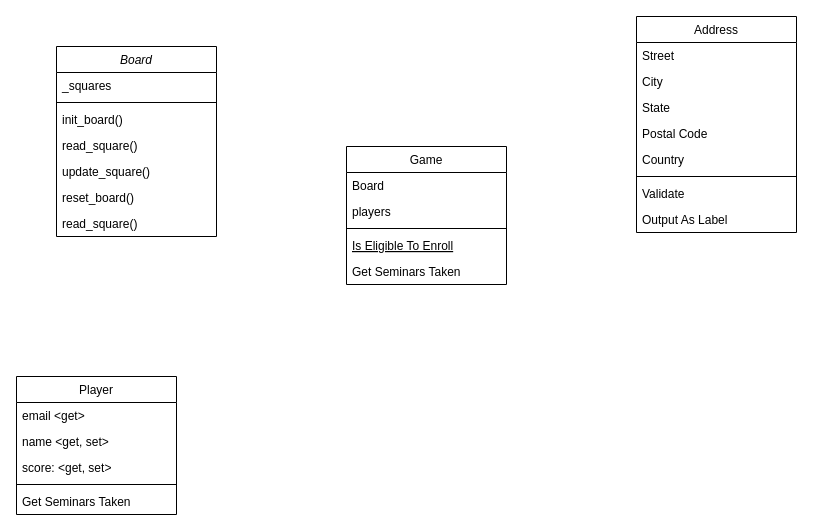
Before: design.drawio in imkhali/ChessGame, a draw.io diagram. Source tidied: cells renumbered, new cells numbered last; positions are measured from the earlier drawing's top-left corner, leaving out a move shared by most shapes. Both pictures are drawn from the tidied source at 100%, with x=0, y=0 at pixel (16, 16).
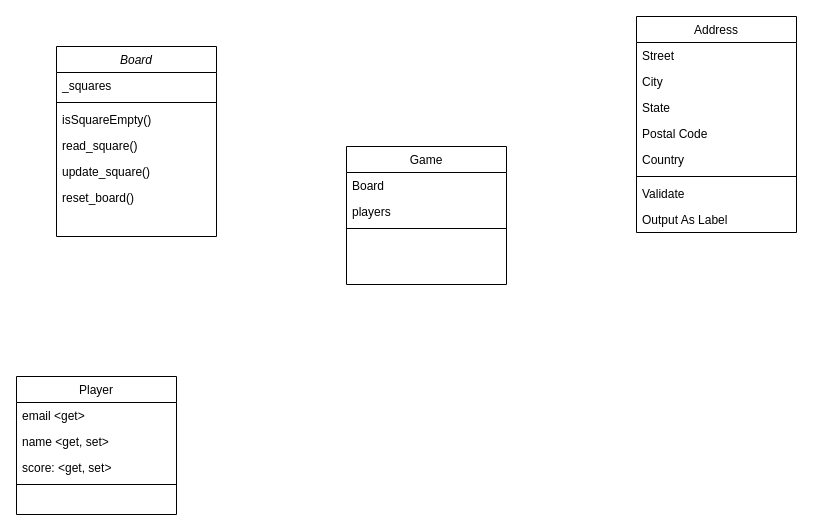
The same page after the edit.

Unchanged cells that the change refers to:
```xml
<mxCell id="2" value="Board" style="swimlane;fontStyle=2;align=center;verticalAlign=top;horizontal=1;startSize=26;rounded=0;shadow=0;strokeWidth=1;" parent="1" vertex="1">
  <mxGeometry x="40" y="30" width="160" height="190" as="geometry" />
</mxCell>
<mxCell id="10" value="Player" style="swimlane;fontStyle=0;align=center;verticalAlign=top;horizontal=1;startSize=26;rounded=0;shadow=0;strokeWidth=1;" parent="1" vertex="1">
  <mxGeometry y="360" width="160" height="138" as="geometry" />
</mxCell>
<mxCell id="25" value="Game" style="swimlane;fontStyle=0;align=center;verticalAlign=top;horizontal=1;startSize=26;rounded=0;shadow=0;strokeWidth=1;" parent="1" vertex="1">
  <mxGeometry x="330" y="130" width="160" height="138" as="geometry" />
</mxCell>
```

Diff of the diagram source:
```diff
@@
-    <mxCell id="5" value="init_board()" style="text;align=left;verticalAlign=top;spacingLeft=4;spacingRight=4;overflow=hidden;" parent="2" vertex="1">
-      <mxGeometry y="60" width="160" height="26" as="geometry" />
-    </mxCell>
-    <mxCell id="6" value="read_square()" style="text;align=left;verticalAlign=top;spacingLeft=4;spacingRight=4;overflow=hidden;" parent="2" vertex="1">
-      <mxGeometry y="86" width="160" height="26" as="geometry" />
+    <mxCell id="6" value="isSquareEmpty()" style="text;align=left;verticalAlign=top;spacingLeft=4;spacingRight=4;overflow=hidden;" parent="2" vertex="1">
+      <mxGeometry y="60" width="160" height="26" as="geometry" />
     </mxCell>
+    <mxCell id="9" value="read_square()" style="text;align=left;verticalAlign=top;spacingLeft=4;spacingRight=4;overflow=hidden;" parent="2" vertex="1">
+      <mxGeometry y="86" width="160" height="26" as="geometry" />
+    </mxCell>
@@
-    <mxCell id="9" value="read_square()" style="text;align=left;verticalAlign=top;spacingLeft=4;spacingRight=4;overflow=hidden;" parent="2" vertex="1">
-      <mxGeometry y="164" width="160" height="26" as="geometry" />
-    </mxCell>
@@
-    <mxCell id="15" value="Get Seminars Taken" style="text;align=left;verticalAlign=top;spacingLeft=4;spacingRight=4;overflow=hidden;" parent="10" vertex="1">
-      <mxGeometry y="112" width="160" height="26" as="geometry" />
-    </mxCell>
@@
-    <mxCell id="29" value="Is Eligible To Enroll" style="text;align=left;verticalAlign=top;spacingLeft=4;spacingRight=4;overflow=hidden;fontStyle=4;" parent="25" vertex="1">
-      <mxGeometry y="86" width="160" height="26" as="geometry" />
-    </mxCell>
-    <mxCell id="30" value="Get Seminars Taken" style="text;align=left;verticalAlign=top;spacingLeft=4;spacingRight=4;overflow=hidden;" parent="25" vertex="1">
-      <mxGeometry y="112" width="160" height="26" as="geometry" />
-    </mxCell>
```
